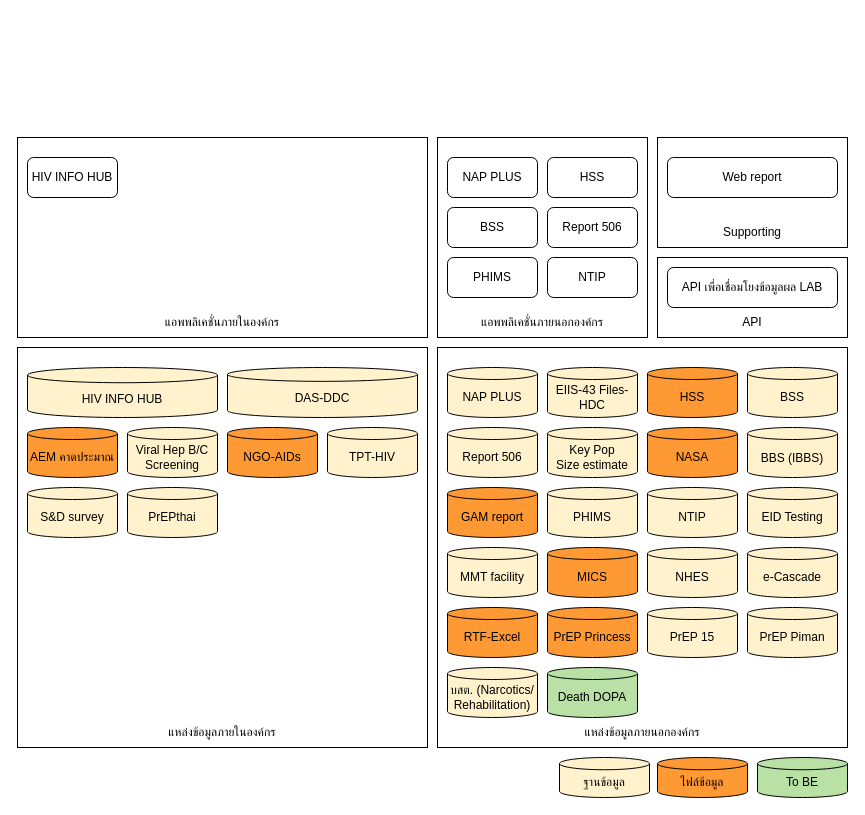
The draw.io diagram page "G-Data" (4 of 6) of HIVs STIs Diagram.drawio in anun311/regist, before the edit. Source tidied: cells renumbered, new cells numbered last; positions are measured from the earlier drawing's top-left corner, leaving out a move shared by most shapes. Both pictures are drawn from the tidied source at 100%, with x=0, y=0 at pixel (17, 137).
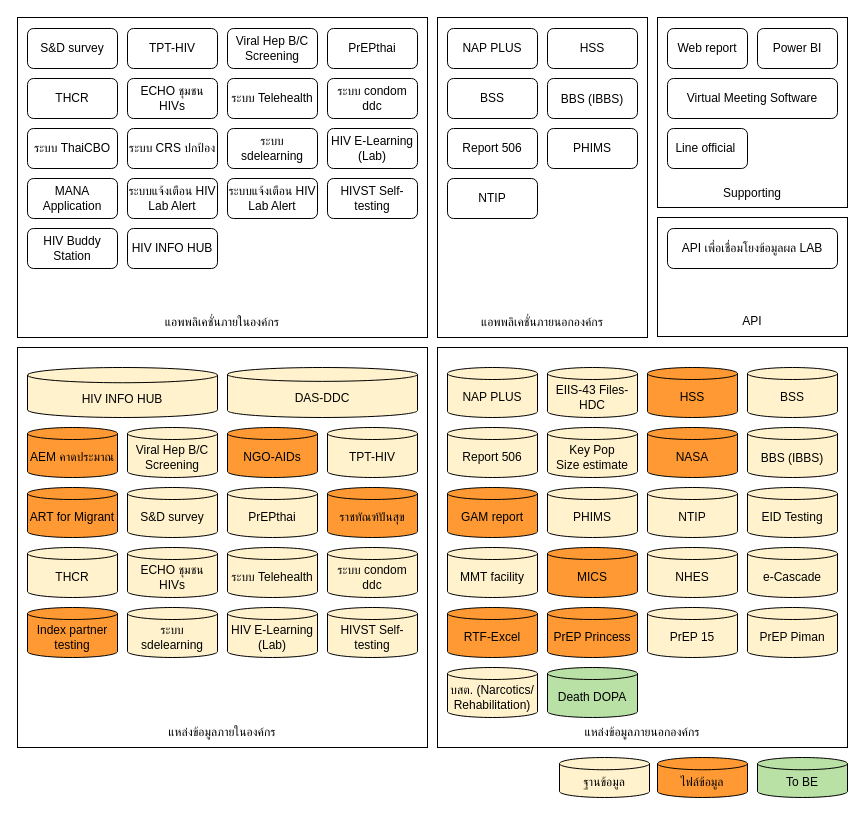
After the change.

Change to the diagram source:
```diff
@@
     <mxCell id="2" style="rounded=0;whiteSpace=wrap;html=1;" parent="1" vertex="1">
-      <mxGeometry x="640" y="120" width="190" height="80" as="geometry" />
+      <mxGeometry x="640" y="80" width="190" height="119" as="geometry" />
     </mxCell>
@@
     <mxCell id="7" style="rounded=0;whiteSpace=wrap;html=1;" parent="1" vertex="1">
-      <mxGeometry x="420" width="210" height="200" as="geometry" />
+      <mxGeometry x="420" y="-120" width="210" height="320" as="geometry" />
     </mxCell>
     <mxCell id="8" style="rounded=0;whiteSpace=wrap;html=1;" parent="1" vertex="1">
-      <mxGeometry width="410" height="200" as="geometry" />
+      <mxGeometry y="-120" width="410" height="320" as="geometry" />
     </mxCell>
     <mxCell id="9" value="NAP PLUS" style="rounded=1;whiteSpace=wrap;html=1;" parent="1" vertex="1">
-      <mxGeometry x="430" y="20" width="90" height="40" as="geometry" />
+      <mxGeometry x="430" y="-109" width="90" height="40" as="geometry" />
     </mxCell>
@@
-    <mxCell id="12" value="Viral Hep B/C Screening" style="shape=cylinder3;whiteSpace=wrap;html=1;boundedLbl=1;backgroundOutline=1;size=6;fillColor=#FFF2CC;" parent="1" vertex="1">
-      <mxGeometry x="110" y="290" width="90" height="50" as="geometry" />
-    </mxCell>
     <mxCell id="13" value="HSS" style="rounded=1;whiteSpace=wrap;html=1;" parent="1" vertex="1">
-      <mxGeometry x="530" y="20" width="90" height="40" as="geometry" />
+      <mxGeometry x="530" y="-109" width="90" height="40" as="geometry" />
     </mxCell>
     <mxCell id="14" value="BSS" style="rounded=1;whiteSpace=wrap;html=1;" parent="1" vertex="1">
-      <mxGeometry x="430" y="70" width="90" height="40" as="geometry" />
+      <mxGeometry x="430" y="-59" width="90" height="40" as="geometry" />
     </mxCell>
     <mxCell id="15" value="Report 506" style="rounded=1;whiteSpace=wrap;html=1;" parent="1" vertex="1">
-      <mxGeometry x="530" y="70" width="90" height="40" as="geometry" />
+      <mxGeometry x="430" y="-9" width="90" height="40" as="geometry" />
     </mxCell>
     <mxCell id="16" value="PHIMS" style="rounded=1;whiteSpace=wrap;html=1;" parent="1" vertex="1">
-      <mxGeometry x="430" y="120" width="90" height="40" as="geometry" />
+      <mxGeometry x="530" y="-9" width="90" height="40" as="geometry" />
     </mxCell>
     <mxCell id="17" value="NTIP" style="rounded=1;whiteSpace=wrap;html=1;" parent="1" vertex="1">
-      <mxGeometry x="530" y="120" width="90" height="40" as="geometry" />
+      <mxGeometry x="430" y="41" width="90" height="40" as="geometry" />
     </mxCell>
@@
     <mxCell id="20" style="rounded=0;whiteSpace=wrap;html=1;" parent="1" vertex="1">
-      <mxGeometry x="640" width="190" height="110" as="geometry" />
+      <mxGeometry x="640" y="-120" width="190" height="190" as="geometry" />
     </mxCell>
     <mxCell id="21" value="Web report" style="rounded=1;whiteSpace=wrap;html=1;" parent="1" vertex="1">
-      <mxGeometry x="650" y="20" width="170" height="40" as="geometry" />
+      <mxGeometry x="650" y="-109" width="80" height="40" as="geometry" />
     </mxCell>
-    <mxCell id="22" value="HIV INFO HUB" style="rounded=1;whiteSpace=wrap;html=1;" parent="1" vertex="1">
-      <mxGeometry x="10" y="20" width="90" height="40" as="geometry" />
-    </mxCell>
     <mxCell id="23" value="Supporting" style="text;html=1;strokeColor=none;fillColor=none;align=center;verticalAlign=middle;whiteSpace=wrap;rounded=0;" parent="1" vertex="1">
-      <mxGeometry x="690" y="80" width="90" height="30" as="geometry" />
+      <mxGeometry x="690" y="41" width="90" height="30" as="geometry" />
     </mxCell>
@@
     <mxCell id="26" value="API" style="text;html=1;strokeColor=none;fillColor=none;align=center;verticalAlign=middle;whiteSpace=wrap;rounded=0;" parent="1" vertex="1">
-      <mxGeometry x="690" y="170" width="90" height="30" as="geometry" />
+      <mxGeometry x="690" y="169" width="90" height="30" as="geometry" />
     </mxCell>
     <mxCell id="27" value="API เพื่อเชื่อมโยงข้อมูลผล LAB " style="rounded=1;whiteSpace=wrap;html=1;" parent="1" vertex="1">
-      <mxGeometry x="650" y="130" width="170" height="40" as="geometry" />
+      <mxGeometry x="650" y="91" width="170" height="40" as="geometry" />
     </mxCell>
@@
-    <mxCell id="30" value="NGO-AIDs" style="shape=cylinder3;whiteSpace=wrap;html=1;boundedLbl=1;backgroundOutline=1;size=6;fillColor=#FF9933;strokeColor=default;" parent="1" vertex="1">
-      <mxGeometry x="210" y="290" width="90" height="50" as="geometry" />
-    </mxCell>
-    <mxCell id="31" value="TPT-HIV" style="shape=cylinder3;whiteSpace=wrap;html=1;boundedLbl=1;backgroundOutline=1;size=6;fillColor=#FFF2CC;" parent="1" vertex="1">
-      <mxGeometry x="310" y="290" width="90" height="50" as="geometry" />
-    </mxCell>
-    <mxCell id="32" value="S&amp;amp;D survey" style="shape=cylinder3;whiteSpace=wrap;html=1;boundedLbl=1;backgroundOutline=1;size=6;fillColor=#FFF2CC;" parent="1" vertex="1">
-      <mxGeometry x="10" y="350" width="90" height="50" as="geometry" />
-    </mxCell>
-    <mxCell id="33" value="PrEPthai" style="shape=cylinder3;whiteSpace=wrap;html=1;boundedLbl=1;backgroundOutline=1;size=6;fillColor=#FFF2CC;strokeColor=default;" parent="1" vertex="1">
-      <mxGeometry x="110" y="350" width="90" height="50" as="geometry" />
-    </mxCell>
@@
+    <mxCell id="56" value="S&amp;amp;D survey" style="rounded=1;whiteSpace=wrap;html=1;" parent="1" vertex="1">
+      <mxGeometry x="10" y="-109" width="90" height="40" as="geometry" />
+    </mxCell>
+    <mxCell id="57" value="TPT-HIV" style="rounded=1;whiteSpace=wrap;html=1;" parent="1" vertex="1">
+      <mxGeometry x="110" y="-109" width="90" height="40" as="geometry" />
+    </mxCell>
+    <mxCell id="58" value="Viral Hep B/C Screening" style="rounded=1;whiteSpace=wrap;html=1;" parent="1" vertex="1">
+      <mxGeometry x="210" y="-109" width="90" height="40" as="geometry" />
+    </mxCell>
+    <mxCell id="59" value="PrEPthai" style="rounded=1;whiteSpace=wrap;html=1;" parent="1" vertex="1">
+      <mxGeometry x="310" y="-109" width="90" height="40" as="geometry" />
+    </mxCell>
+    <mxCell id="60" value="THCR" style="rounded=1;whiteSpace=wrap;html=1;" parent="1" vertex="1">
+      <mxGeometry x="10" y="-59" width="90" height="40" as="geometry" />
+    </mxCell>
+    <mxCell id="61" value="ECHO ชุมชน HIVs" style="rounded=1;whiteSpace=wrap;html=1;" parent="1" vertex="1">
+      <mxGeometry x="110" y="-59" width="90" height="40" as="geometry" />
+    </mxCell>
+    <mxCell id="62" value="ระบบ Telehealth" style="rounded=1;whiteSpace=wrap;html=1;" parent="1" vertex="1">
+      <mxGeometry x="210" y="-59" width="90" height="40" as="geometry" />
+    </mxCell>
+    <mxCell id="63" value="ระบบ condom ddc" style="rounded=1;whiteSpace=wrap;html=1;" parent="1" vertex="1">
+      <mxGeometry x="310" y="-59" width="90" height="40" as="geometry" />
+    </mxCell>
+    <mxCell id="64" value="ระบบ&amp;nbsp;ThaiCBO" style="rounded=1;whiteSpace=wrap;html=1;" parent="1" vertex="1">
+      <mxGeometry x="10" y="-9" width="90" height="40" as="geometry" />
+    </mxCell>
+    <mxCell id="65" value="ระบบ&amp;nbsp;CRS ปกป้อง" style="rounded=1;whiteSpace=wrap;html=1;" parent="1" vertex="1">
+      <mxGeometry x="110" y="-9" width="90" height="40" as="geometry" />
+    </mxCell>
+    <mxCell id="66" value="ระบบ sdelearning" style="rounded=1;whiteSpace=wrap;html=1;" parent="1" vertex="1">
+      <mxGeometry x="210" y="-9" width="90" height="40" as="geometry" />
+    </mxCell>
+    <mxCell id="67" value="HIV E-Learning (Lab)" style="rounded=1;whiteSpace=wrap;html=1;" parent="1" vertex="1">
+      <mxGeometry x="310" y="-9" width="90" height="40" as="geometry" />
+    </mxCell>
+    <mxCell id="68" value="MANA Application" style="rounded=1;whiteSpace=wrap;html=1;" parent="1" vertex="1">
+      <mxGeometry x="10" y="41" width="90" height="40" as="geometry" />
+    </mxCell>
+    <mxCell id="69" value="ระบบแจ้งเตือน HIV Lab Alert" style="rounded=1;whiteSpace=wrap;html=1;" parent="1" vertex="1">
+      <mxGeometry x="110" y="41" width="90" height="40" as="geometry" />
+    </mxCell>
+    <mxCell id="70" value="ระบบแจ้งเตือน HIV Lab Alert" style="rounded=1;whiteSpace=wrap;html=1;" parent="1" vertex="1">
+      <mxGeometry x="210" y="41" width="90" height="40" as="geometry" />
+    </mxCell>
+    <mxCell id="71" value="HIVST Self-testing" style="rounded=1;whiteSpace=wrap;html=1;" parent="1" vertex="1">
+      <mxGeometry x="310" y="41" width="90" height="40" as="geometry" />
+    </mxCell>
+    <mxCell id="22" value="HIV INFO HUB" style="rounded=1;whiteSpace=wrap;html=1;" parent="1" vertex="1">
+      <mxGeometry x="110" y="91" width="90" height="40" as="geometry" />
+    </mxCell>
+    <mxCell id="72" value="HIV Buddy Station" style="rounded=1;whiteSpace=wrap;html=1;" parent="1" vertex="1">
+      <mxGeometry x="10" y="91" width="90" height="40" as="geometry" />
+    </mxCell>
+    <mxCell id="73" value="Virtual Meeting Software" style="rounded=1;whiteSpace=wrap;html=1;" parent="1" vertex="1">
+      <mxGeometry x="650" y="-59" width="170" height="40" as="geometry" />
+    </mxCell>
+    <mxCell id="74" value="Power BI" style="rounded=1;whiteSpace=wrap;html=1;" parent="1" vertex="1">
+      <mxGeometry x="740" y="-109" width="80" height="40" as="geometry" />
+    </mxCell>
+    <mxCell id="75" value="&lt;p style=&quot;line-height: normal; margin: 0pt 0in; text-indent: 0in; direction: ltr; unicode-bidi: embed; word-break: normal;&quot;&gt;BBS (IBBS)&lt;/p&gt;" style="rounded=1;whiteSpace=wrap;html=1;" parent="1" vertex="1">
+      <mxGeometry x="530" y="-59" width="90" height="40" as="geometry" />
+    </mxCell>
+    <mxCell id="76" value="Line official&amp;nbsp;" style="rounded=1;whiteSpace=wrap;html=1;" parent="1" vertex="1">
+      <mxGeometry x="650" y="-9" width="80" height="40" as="geometry" />
+    </mxCell>
+    <mxCell id="12" value="Viral Hep B/C Screening" style="shape=cylinder3;whiteSpace=wrap;html=1;boundedLbl=1;backgroundOutline=1;size=6;fillColor=#FFF2CC;" parent="1" vertex="1">
+      <mxGeometry x="110" y="290" width="90" height="50" as="geometry" />
+    </mxCell>
+    <mxCell id="30" value="NGO-AIDs" style="shape=cylinder3;whiteSpace=wrap;html=1;boundedLbl=1;backgroundOutline=1;size=6;fillColor=#FF9933;strokeColor=default;" parent="1" vertex="1">
+      <mxGeometry x="210" y="290" width="90" height="50" as="geometry" />
+    </mxCell>
+    <mxCell id="31" value="TPT-HIV" style="shape=cylinder3;whiteSpace=wrap;html=1;boundedLbl=1;backgroundOutline=1;size=6;fillColor=#FFF2CC;" parent="1" vertex="1">
+      <mxGeometry x="310" y="290" width="90" height="50" as="geometry" />
+    </mxCell>
+    <mxCell id="77" value="ART for Migrant" style="shape=cylinder3;whiteSpace=wrap;html=1;boundedLbl=1;backgroundOutline=1;size=6;fillColor=#FF9933;strokeColor=default;" parent="1" vertex="1">
+      <mxGeometry x="10" y="350" width="90" height="50" as="geometry" />
+    </mxCell>
+    <mxCell id="32" value="S&amp;amp;D survey" style="shape=cylinder3;whiteSpace=wrap;html=1;boundedLbl=1;backgroundOutline=1;size=6;fillColor=#FFF2CC;" parent="1" vertex="1">
+      <mxGeometry x="110" y="350" width="90" height="50" as="geometry" />
+    </mxCell>
+    <mxCell id="33" value="PrEPthai" style="shape=cylinder3;whiteSpace=wrap;html=1;boundedLbl=1;backgroundOutline=1;size=6;fillColor=#FFF2CC;strokeColor=default;" parent="1" vertex="1">
+      <mxGeometry x="210" y="350" width="90" height="50" as="geometry" />
+    </mxCell>
+    <mxCell id="78" value="ราชทัณฑ์ปันสุข" style="shape=cylinder3;whiteSpace=wrap;html=1;boundedLbl=1;backgroundOutline=1;size=6;fillColor=#FF9933;" parent="1" vertex="1">
+      <mxGeometry x="310" y="350" width="90" height="50" as="geometry" />
+    </mxCell>
+    <mxCell id="79" value="THCR" style="shape=cylinder3;whiteSpace=wrap;html=1;boundedLbl=1;backgroundOutline=1;size=6;fillColor=#FFF2CC;" parent="1" vertex="1">
+      <mxGeometry x="10" y="410" width="90" height="50" as="geometry" />
+    </mxCell>
+    <mxCell id="80" value="ECHO ชุมชน HIVs" style="shape=cylinder3;whiteSpace=wrap;html=1;boundedLbl=1;backgroundOutline=1;size=6;fillColor=#FFF2CC;" parent="1" vertex="1">
+      <mxGeometry x="110" y="410" width="90" height="50" as="geometry" />
+    </mxCell>
+    <mxCell id="81" value="ระบบ Telehealth" style="shape=cylinder3;whiteSpace=wrap;html=1;boundedLbl=1;backgroundOutline=1;size=6;fillColor=#FFF2CC;strokeColor=default;" parent="1" vertex="1">
+      <mxGeometry x="210" y="410" width="90" height="50" as="geometry" />
+    </mxCell>
+    <mxCell id="82" value="ระบบ condom ddc" style="shape=cylinder3;whiteSpace=wrap;html=1;boundedLbl=1;backgroundOutline=1;size=6;fillColor=#FFF2CC;" parent="1" vertex="1">
+      <mxGeometry x="310" y="410" width="90" height="50" as="geometry" />
+    </mxCell>
+    <mxCell id="83" value="HIVST Self-testing" style="shape=cylinder3;whiteSpace=wrap;html=1;boundedLbl=1;backgroundOutline=1;size=6;fillColor=#FFF2CC;" parent="1" vertex="1">
+      <mxGeometry x="310" y="470" width="90" height="50" as="geometry" />
+    </mxCell>
+    <mxCell id="84" value="HIV E-Learning (Lab)" style="shape=cylinder3;whiteSpace=wrap;html=1;boundedLbl=1;backgroundOutline=1;size=6;fillColor=#FFF2CC;strokeColor=default;" parent="1" vertex="1">
+      <mxGeometry x="210" y="470" width="90" height="50" as="geometry" />
+    </mxCell>
+    <mxCell id="85" value="ระบบ sdelearning" style="shape=cylinder3;whiteSpace=wrap;html=1;boundedLbl=1;backgroundOutline=1;size=6;fillColor=#FFF2CC;" parent="1" vertex="1">
+      <mxGeometry x="110" y="470" width="90" height="50" as="geometry" />
+    </mxCell>
+    <mxCell id="86" value="Index partner testing" style="shape=cylinder3;whiteSpace=wrap;html=1;boundedLbl=1;backgroundOutline=1;size=6;fillColor=#FF9933;" parent="1" vertex="1">
+      <mxGeometry x="10" y="470" width="90" height="50" as="geometry" />
+    </mxCell>
```
